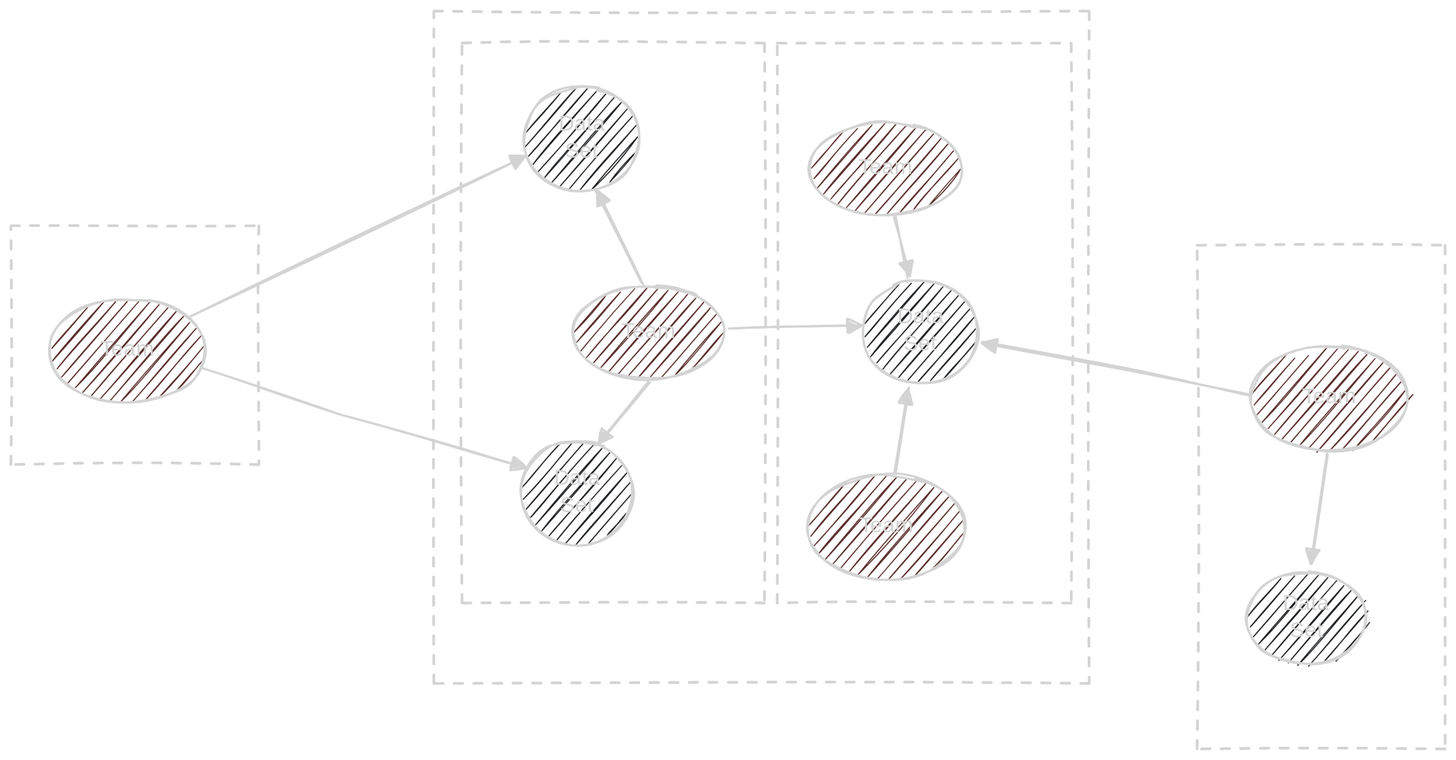
Earlier version of the Excalidraw export cimug2024/Attachments/index 2024-05-12 14.25.27.excalidraw.dark.svg (bartkl/presentations). Source tidied: one line per element, renumbered; positions are measured from the earlier drawing's top-left corner, leaving out a move shared by most shapes. The source it was exported from:
```json
{"id": 0, "type": "rectangle", "strokeColor": "#1e1e1e", "strokeWidth": 2, "strokeStyle": "dashed", "roughness": 1, "x": 1091, "y": 215, "width": 228, "height": 463}
{"id": 1, "type": "rectangle", "strokeColor": "#1e1e1e", "strokeWidth": 2, "strokeStyle": "dashed", "roughness": 1, "x": 0, "y": 197, "width": 228, "height": 220}
{"id": 2, "type": "rectangle", "strokeColor": "#1e1e1e", "strokeWidth": 2, "strokeStyle": "dashed", "roughness": 1, "x": 389, "y": 0, "width": 603, "height": 618}
{"id": 3, "type": "ellipse", "strokeColor": "#1e1e1e", "backgroundColor": "#e9ecef", "fillStyle": "hachure", "strokeWidth": 2, "roughness": 1, "x": 471, "y": 70, "width": 107, "height": 95}
{"id": 4, "type": "text", "text": "Data\nSet", "strokeColor": "#1e1e1e", "strokeWidth": 2, "roughness": 1, "fontSize": 20, "fontFamily": 1, "textAlign": "center", "verticalAlign": "middle", "inside": 3, "x": 498, "y": 92, "width": 54, "height": 50}
{"id": 5, "type": "ellipse", "strokeColor": "#1e1e1e", "backgroundColor": "#e9ecef", "fillStyle": "hachure", "strokeWidth": 2, "roughness": 1, "x": 469, "y": 395, "width": 103, "height": 95}
{"id": 6, "type": "text", "text": "Data\nSet", "strokeColor": "#1e1e1e", "strokeWidth": 2, "roughness": 1, "fontSize": 20, "fontFamily": 1, "textAlign": "center", "verticalAlign": "middle", "inside": 5, "x": 494, "y": 418, "width": 54, "height": 50}
{"id": 7, "type": "arrow", "strokeColor": "#1e1e1e", "backgroundColor": "#ffa94d", "fillStyle": "hachure", "strokeWidth": 2, "roughness": 1, "endArrowhead": "triangle", "from": 9, "to": 3, "x": 164, "y": 281, "width": 309, "height": 148, "points": [[0, 0], [309, -148]]}
{"id": 8, "type": "arrow", "strokeColor": "#1e1e1e", "backgroundColor": "#ffa94d", "fillStyle": "hachure", "strokeWidth": 2, "roughness": 1, "endArrowhead": "triangle", "from": 9, "to": 5, "x": 176, "y": 328, "width": 298, "height": 92, "points": [[0, 0], [128, 43], [298, 92]]}
{"id": 9, "type": "ellipse", "strokeColor": "#1e1e1e", "backgroundColor": "#ffc9c9", "fillStyle": "hachure", "strokeWidth": 2, "roughness": 1, "x": 35, "y": 264, "width": 144, "height": 97}
{"id": 10, "type": "text", "text": "Team", "strokeColor": "#1e1e1e", "backgroundColor": "#4dabf7", "fillStyle": "hachure", "strokeWidth": 1, "roughness": 1, "fontSize": 20, "fontFamily": 1, "textAlign": "center", "verticalAlign": "middle", "inside": 9, "x": 80, "y": 300, "width": 53, "height": 25}
{"id": 11, "type": "ellipse", "strokeColor": "#1e1e1e", "backgroundColor": "#ffc9c9", "fillStyle": "hachure", "strokeWidth": 2, "roughness": 1, "x": 516, "y": 253, "width": 141, "height": 85}
{"id": 12, "type": "text", "text": "Team", "strokeColor": "#1e1e1e", "backgroundColor": "#4dabf7", "fillStyle": "hachure", "strokeWidth": 1, "roughness": 1, "fontSize": 20, "fontFamily": 1, "textAlign": "center", "verticalAlign": "middle", "inside": 11, "x": 560, "y": 283, "width": 53, "height": 25}
{"id": 13, "type": "ellipse", "strokeColor": "#1e1e1e", "backgroundColor": "#ffc9c9", "fillStyle": "hachure", "strokeWidth": 2, "roughness": 1, "x": 733, "y": 426, "width": 144, "height": 97}
{"id": 14, "type": "text", "text": "Team", "strokeColor": "#1e1e1e", "backgroundColor": "#b2f2bb", "fillStyle": "hachure", "strokeWidth": 1, "roughness": 1, "fontSize": 20, "fontFamily": 1, "textAlign": "center", "verticalAlign": "middle", "inside": 13, "x": 778, "y": 462, "width": 53, "height": 25}
{"id": 15, "type": "ellipse", "strokeColor": "#1e1e1e", "backgroundColor": "#ffc9c9", "fillStyle": "hachure", "strokeWidth": 2, "roughness": 1, "x": 734, "y": 102, "width": 141, "height": 85}
{"id": 16, "type": "text", "text": "Team", "strokeColor": "#1e1e1e", "backgroundColor": "#4dabf7", "fillStyle": "hachure", "strokeWidth": 1, "roughness": 1, "fontSize": 20, "fontFamily": 1, "textAlign": "center", "verticalAlign": "middle", "inside": 15, "x": 777, "y": 132, "width": 53, "height": 25}
{"id": 17, "type": "ellipse", "strokeColor": "#1e1e1e", "backgroundColor": "#e9ecef", "fillStyle": "hachure", "strokeWidth": 2, "roughness": 1, "x": 783, "y": 247, "width": 106, "height": 95}
{"id": 18, "type": "text", "text": "Data\nSet", "strokeColor": "#1e1e1e", "strokeWidth": 2, "roughness": 1, "fontSize": 20, "fontFamily": 1, "textAlign": "center", "verticalAlign": "middle", "inside": 17, "x": 809, "y": 270, "width": 54, "height": 50}
{"id": 19, "type": "arrow", "strokeColor": "#1e1e1e", "backgroundColor": "#4dabf7", "fillStyle": "hachure", "strokeWidth": 2, "roughness": 1, "endArrowhead": "triangle", "round": true, "from": 15, "to": 17, "x": 813, "y": 188, "width": 13, "height": 56, "points": [[0, 0], [13, 56]]}
{"id": 20, "type": "arrow", "strokeColor": "#1e1e1e", "backgroundColor": "#b2f2bb", "fillStyle": "hachure", "strokeWidth": 2, "roughness": 1, "endArrowhead": "triangle", "round": true, "from": 13, "to": 17, "x": 813, "y": 425, "width": 13, "height": 79, "points": [[0, 0], [13, -79]]}
{"id": 21, "type": "ellipse", "strokeColor": "#1e1e1e", "backgroundColor": "#ffc9c9", "fillStyle": "hachure", "strokeWidth": 2, "roughness": 1, "x": 1140, "y": 308, "width": 144, "height": 97}
{"id": 22, "type": "text", "text": "Team", "strokeColor": "#1e1e1e", "backgroundColor": "#4dabf7", "fillStyle": "hachure", "strokeWidth": 1, "roughness": 1, "fontSize": 20, "fontFamily": 1, "textAlign": "center", "verticalAlign": "middle", "inside": 21, "x": 1185, "y": 343, "width": 53, "height": 25}
{"id": 23, "type": "ellipse", "strokeColor": "#1e1e1e", "backgroundColor": "#e9ecef", "fillStyle": "hachure", "strokeWidth": 2, "roughness": 1, "x": 1136, "y": 515, "width": 110, "height": 85}
{"id": 24, "type": "text", "text": "Data\nSet", "strokeColor": "#1e1e1e", "strokeWidth": 2, "roughness": 1, "fontSize": 20, "fontFamily": 1, "textAlign": "center", "verticalAlign": "middle", "inside": 23, "x": 1164, "y": 533, "width": 54, "height": 50}
{"id": 25, "type": "arrow", "strokeColor": "#1e1e1e", "backgroundColor": "#b2f2bb", "fillStyle": "hachure", "strokeWidth": 2, "roughness": 1, "endArrowhead": "triangle", "round": true, "from": 21, "to": 17, "x": 1139, "y": 353, "width": 247, "height": 49, "points": [[0, 0], [-111, -23], [-247, -49]]}
{"id": 26, "type": "arrow", "strokeColor": "#1e1e1e", "backgroundColor": "#9775fa", "fillStyle": "hachure", "strokeWidth": 2, "roughness": 1, "endArrowhead": "triangle", "round": true, "from": 21, "to": 23, "x": 1209, "y": 407, "width": 13, "height": 101, "points": [[0, 0], [-13, 101]]}
{"id": 27, "type": "arrow", "strokeColor": "#1e1e1e", "backgroundColor": "#9775fa", "fillStyle": "hachure", "strokeWidth": 2, "roughness": 1, "endArrowhead": "triangle", "round": true, "from": 11, "to": 3, "x": 580, "y": 250, "width": 43, "height": 86, "points": [[0, 0], [-43, -86]]}
{"id": 28, "type": "arrow", "strokeColor": "#1e1e1e", "backgroundColor": "#9775fa", "fillStyle": "hachure", "strokeWidth": 2, "roughness": 1, "endArrowhead": "triangle", "round": true, "from": 11, "to": 5, "x": 587, "y": 341, "width": 46, "height": 58, "points": [[0, 0], [-46, 58]]}
{"id": 29, "type": "rectangle", "strokeColor": "#1e1e1e", "strokeWidth": 2, "strokeStyle": "dashed", "roughness": 1, "x": 705, "y": 30, "width": 270, "height": 515}
{"id": 30, "type": "rectangle", "strokeColor": "#1e1e1e", "strokeWidth": 2, "strokeStyle": "dashed", "roughness": 1, "x": 415, "y": 30, "width": 278, "height": 515}
{"id": 31, "type": "arrow", "strokeColor": "#1e1e1e", "strokeWidth": 2, "roughness": 1, "endArrowhead": "triangle", "from": 11, "to": 17, "x": 660, "y": 292, "width": 122, "height": 3, "points": [[0, 0], [122, -3]]}
```
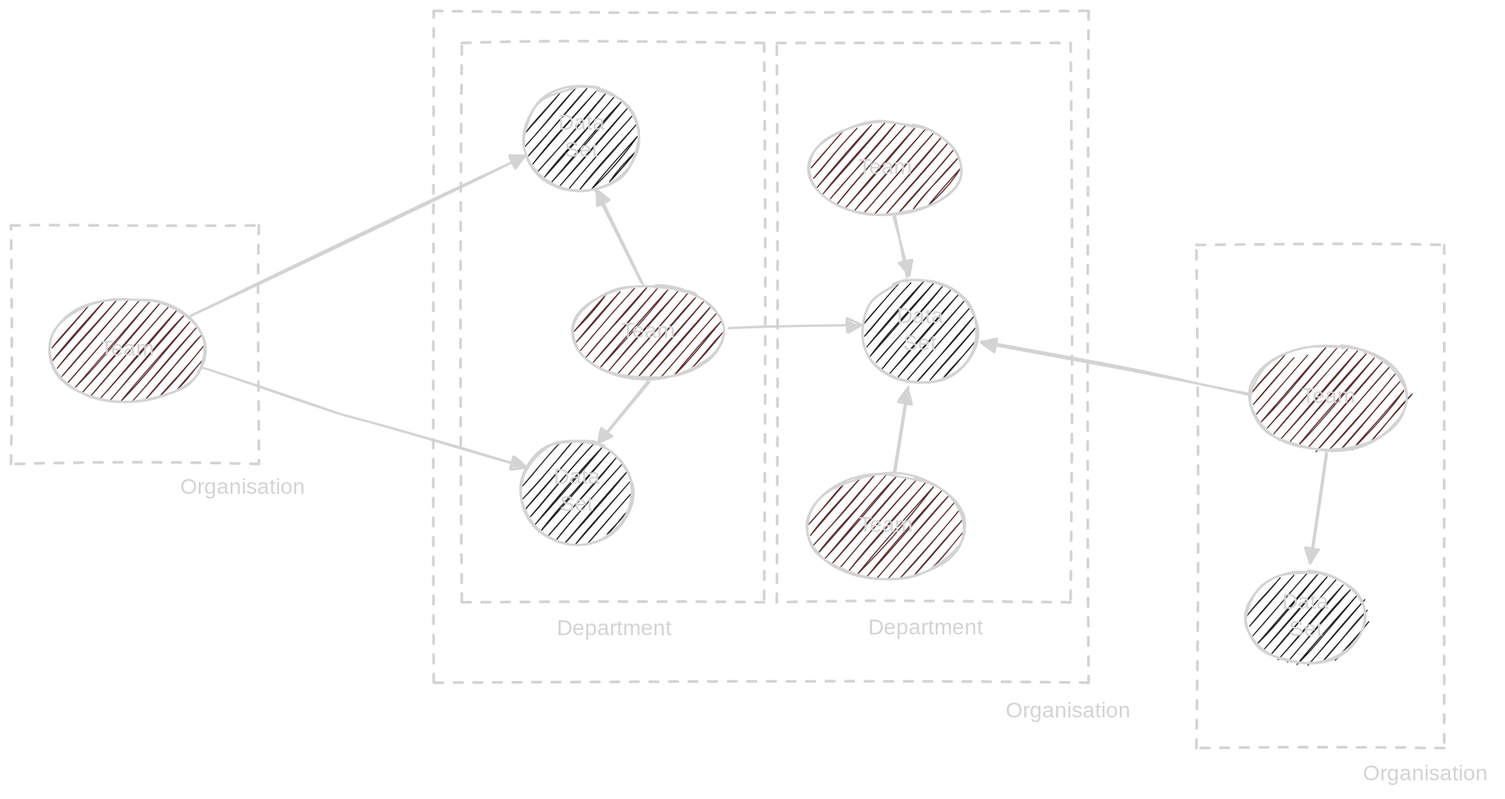
The same diagram one commit later.

Change to the diagram source:
```diff
@@ -30,3 +30,8 @@
 {"id": 29, "type": "rectangle", "strokeColor": "#1e1e1e", "strokeWidth": 2, "strokeStyle": "dashed", "roughness": 1, "x": 705, "y": 30, "width": 270, "height": 515}
 {"id": 30, "type": "rectangle", "strokeColor": "#1e1e1e", "strokeWidth": 2, "strokeStyle": "dashed", "roughness": 1, "x": 415, "y": 30, "width": 278, "height": 515}
 {"id": 31, "type": "arrow", "strokeColor": "#1e1e1e", "strokeWidth": 2, "roughness": 1, "endArrowhead": "triangle", "from": 11, "to": 17, "x": 660, "y": 292, "width": 122, "height": 3, "points": [[0, 0], [122, -3]]}
+{"id": 32, "type": "text", "text": "Organisation", "strokeColor": "#1e1e1e", "strokeWidth": 2, "strokeStyle": "dotted", "roughness": 1, "fontSize": 20, "fontFamily": 1, "x": 156, "y": 427, "width": 120, "height": 25}
+{"id": 33, "type": "text", "text": "Organisation", "strokeColor": "#1e1e1e", "strokeWidth": 2, "strokeStyle": "dotted", "roughness": 1, "fontSize": 20, "fontFamily": 1, "x": 915, "y": 633, "width": 120, "height": 25}
+{"id": 34, "type": "text", "text": "Organisation", "strokeColor": "#1e1e1e", "strokeWidth": 2, "strokeStyle": "dotted", "roughness": 1, "fontSize": 20, "fontFamily": 1, "x": 1244, "y": 690, "width": 120, "height": 25}
+{"id": 35, "type": "text", "text": "Department", "strokeColor": "#1e1e1e", "strokeWidth": 2, "strokeStyle": "dotted", "roughness": 1, "fontSize": 20, "fontFamily": 1, "x": 502, "y": 557, "width": 114, "height": 25}
+{"id": 36, "type": "text", "text": "Department", "strokeColor": "#1e1e1e", "strokeWidth": 2, "strokeStyle": "dotted", "roughness": 1, "fontSize": 20, "fontFamily": 1, "x": 789, "y": 556, "width": 114, "height": 25}
```
